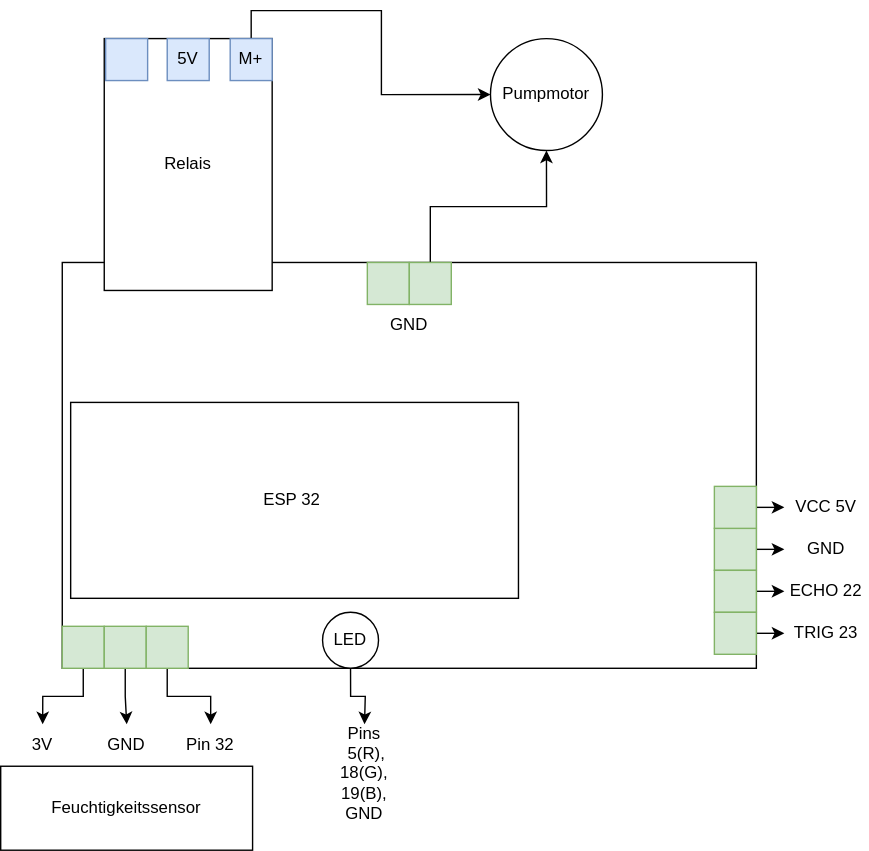
Before: Platine Wassersystem.svg, a diagram exported from draw.io (cyberhungus/WaterSystem). Source tidied: cells renumbered, new cells last; positions are measured from the earlier drawing's top-left corner, leaving out a move shared by most shapes.
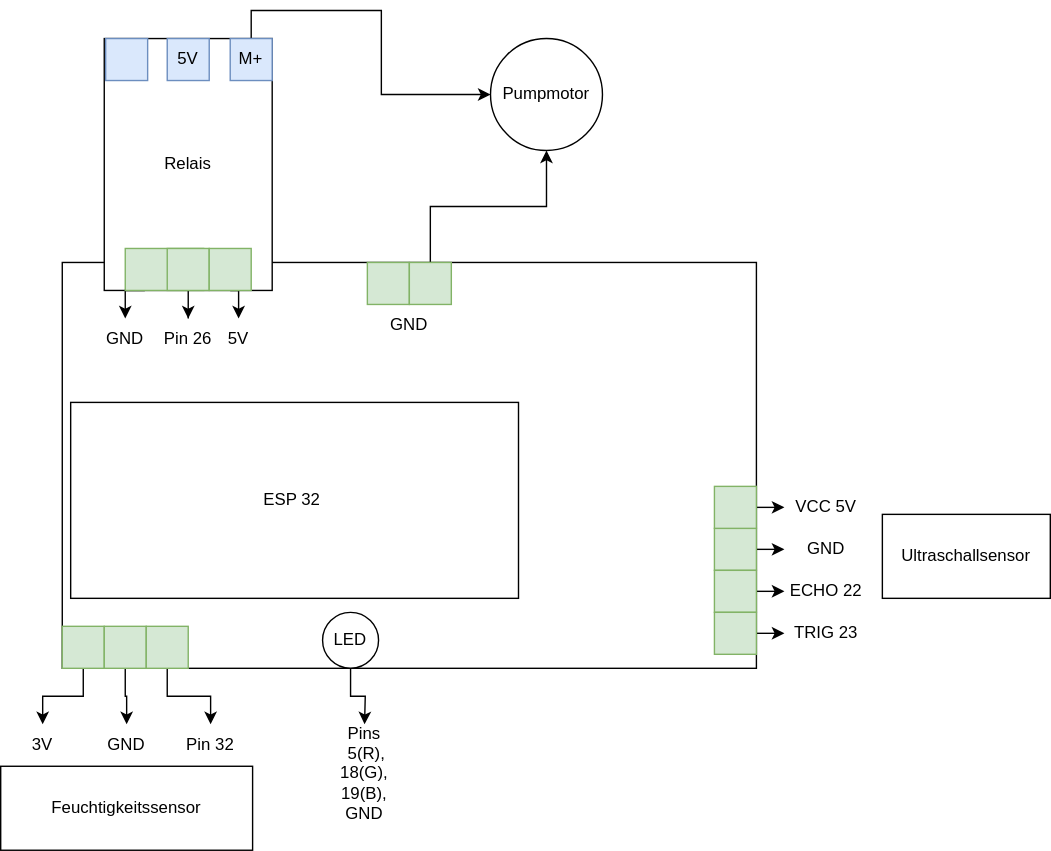
Later version of the same file.

Diff of the diagram source:
```diff
@@ -115,5 +115,35 @@
     <mxCell id="38" value="Pumpmotor" style="ellipse;whiteSpace=wrap;html=1;" parent="1" vertex="1">
       <mxGeometry x="350" width="80" height="80" as="geometry" />
     </mxCell>
+    <mxCell id="39" style="edgeStyle=orthogonalEdgeStyle;rounded=0;jettySize=auto;html=1;exitX=0.25;exitY=1;exitDx=0;exitDy=0;entryX=0.5;entryY=0;entryDx=0;entryDy=0;" parent="1" edge="1" source="40" target="45">
+      <mxGeometry relative="1" as="geometry" />
+    </mxCell>
+    <mxCell id="40" style="rounded=0;whiteSpace=wrap;html=1;fillColor=#d5e8d4;strokeColor=#82b366;" parent="1" vertex="1">
+      <mxGeometry x="89" y="150" width="56" height="30" as="geometry" />
+    </mxCell>
+    <mxCell id="41" style="edgeStyle=orthogonalEdgeStyle;rounded=0;jettySize=auto;html=1;exitX=0.5;exitY=1;exitDx=0;exitDy=0;" parent="1" edge="1" source="42" target="47">
+      <mxGeometry relative="1" as="geometry" />
+    </mxCell>
+    <mxCell id="42" style="rounded=0;whiteSpace=wrap;html=1;fillColor=#d5e8d4;strokeColor=#82b366;" parent="1" vertex="1">
+      <mxGeometry x="119" y="150" width="30" height="30" as="geometry" />
+    </mxCell>
+    <mxCell id="43" style="edgeStyle=orthogonalEdgeStyle;rounded=0;jettySize=auto;html=1;exitX=0.5;exitY=1;exitDx=0;exitDy=0;entryX=0.5;entryY=0;entryDx=0;entryDy=0;" parent="1" edge="1" source="44" target="46">
+      <mxGeometry relative="1" as="geometry" />
+    </mxCell>
+    <mxCell id="44" style="rounded=0;whiteSpace=wrap;html=1;fillColor=#d5e8d4;strokeColor=#82b366;" parent="1" vertex="1">
+      <mxGeometry x="149" y="150" width="30" height="30" as="geometry" />
+    </mxCell>
+    <mxCell id="45" value="GND" style="text;html=1;strokeColor=none;fillColor=none;align=center;verticalAlign=middle;whiteSpace=wrap;rounded=0;" parent="1" vertex="1">
+      <mxGeometry x="59" y="200" width="60" height="30" as="geometry" />
+    </mxCell>
+    <mxCell id="46" value="5V" style="text;html=1;strokeColor=none;fillColor=none;align=center;verticalAlign=middle;whiteSpace=wrap;rounded=0;" parent="1" vertex="1">
+      <mxGeometry x="140" y="200" width="60" height="30" as="geometry" />
+    </mxCell>
+    <mxCell id="47" value="Pin 26" style="text;html=1;strokeColor=none;fillColor=none;align=center;verticalAlign=middle;whiteSpace=wrap;rounded=0;" parent="1" vertex="1">
+      <mxGeometry x="104" y="200" width="60" height="30" as="geometry" />
+    </mxCell>
+    <mxCell id="48" value="Ultraschallsensor" style="rounded=0;whiteSpace=wrap;html=1;" parent="1" vertex="1">
+      <mxGeometry x="630" y="340" width="120" height="60" as="geometry" />
+    </mxCell>
   </root>
 </mxGraphModel>
```
